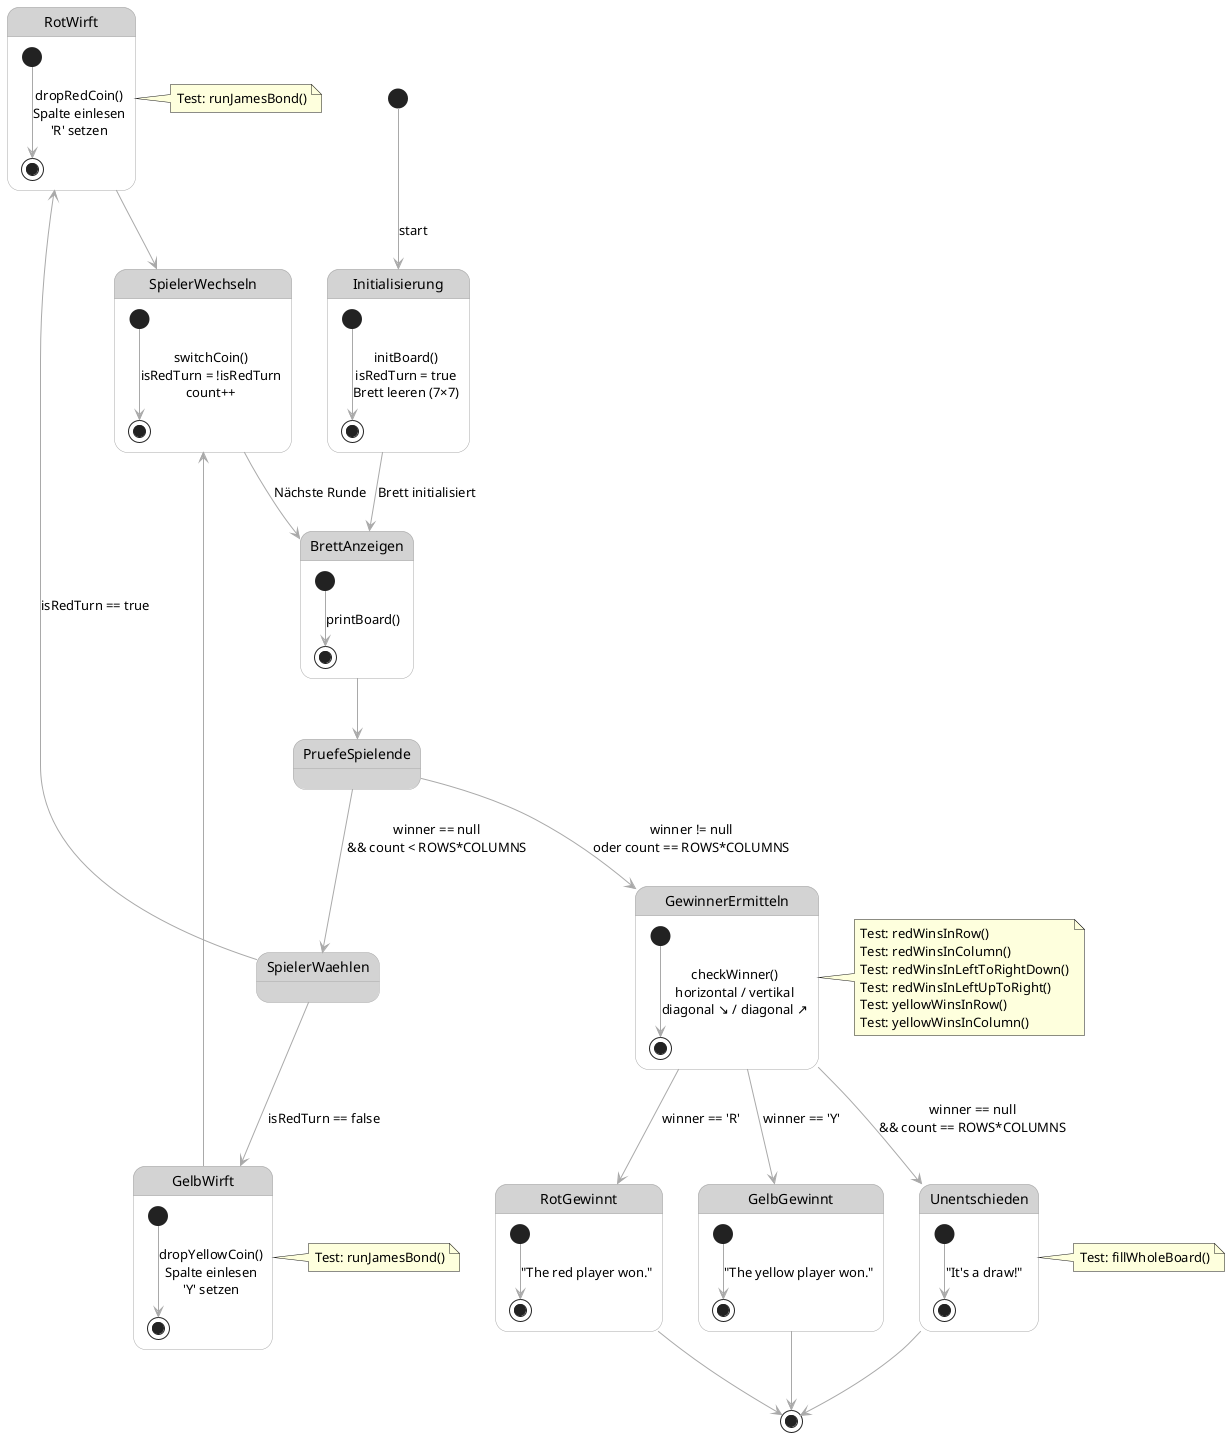
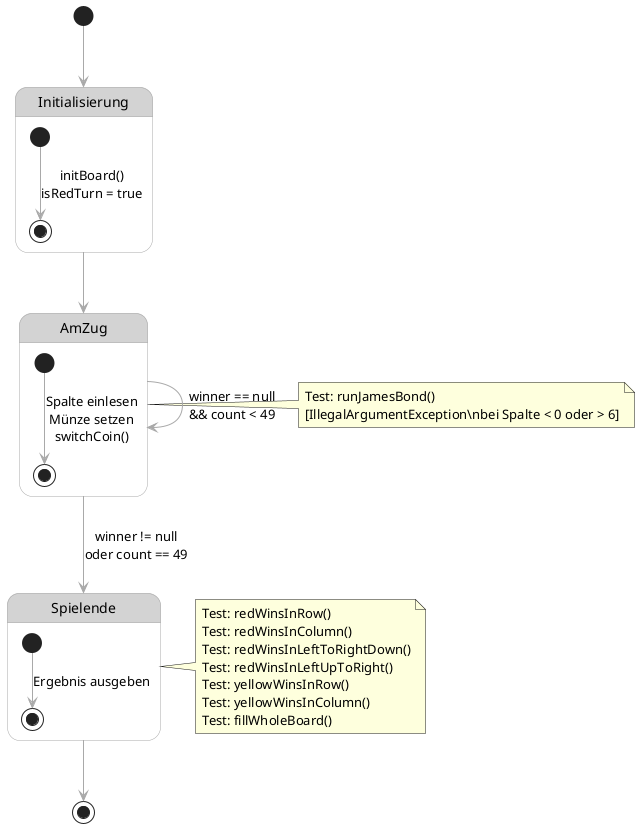
@startuml FourConnect_State_Diagram

skinparam state {
    BackgroundColor LightGray
    BorderColor DarkGray
    FontName Arial
    ArrowColor DarkGray
    StartColor Black
    EndColor Black
}

skinparam backgroundColor White
skinparam shadowing false

- [*] --> Initialisierung : start
+ [*] --> Initialisierung

state Initialisierung {
-     [*] --> [*] : initBoard()\nisRedTurn = true\nBrett leeren (7×7)
+     [*] --> [*] : initBoard()\nisRedTurn = true
}

- Initialisierung --> BrettAnzeigen : Brett initialisiert
+ Initialisierung --> AmZug

- state BrettAnzeigen {
-     [*] --> [*] : printBoard()
+ state AmZug {
+     [*] --> [*] : Spalte einlesen\nMünze setzen\nswitchCoin()
}

- BrettAnzeigen --> PruefeSpielende
+ note right of AmZug
+   Test: runJamesBond()
+   [IllegalArgumentException\nbei Spalte < 0 oder > 6]
+ end note

- state PruefeSpielende <<choice>>
+ AmZug --> AmZug      : winner == null\n&& count < 49

- PruefeSpielende --> SpielerWaehlen    : winner == null\n&& count < ROWS*COLUMNS
- PruefeSpielende --> GewinnerErmitteln : winner != null\noder count == ROWS*COLUMNS
+ AmZug --> Spielende  : winner != null\noder count == 49

- state SpielerWaehlen <<choice>>
- 
- SpielerWaehlen --> RotWirft   : isRedTurn == true
- SpielerWaehlen --> GelbWirft  : isRedTurn == false
- 
- state RotWirft {
-     [*] --> [*] : dropRedCoin()\nSpalte einlesen\n'R' setzen
+ state Spielende {
+     [*] --> [*] : Ergebnis ausgeben
}

- note right of RotWirft
-   Test: runJamesBond()
- end note
- 
- state GelbWirft {
-     [*] --> [*] : dropYellowCoin()\nSpalte einlesen\n'Y' setzen
- }
- 
- note right of GelbWirft
-   Test: runJamesBond()
- end note
- 
- RotWirft  --> SpielerWechseln
- GelbWirft --> SpielerWechseln
- 
- state SpielerWechseln {
-     [*] --> [*] : switchCoin()\nisRedTurn = !isRedTurn\ncount++
- }
- 
- SpielerWechseln --> BrettAnzeigen : Nächste Runde
- 
- state GewinnerErmitteln {
-     [*] --> [*] : checkWinner()\nhorizontal / vertikal\ndiagonal ↘ / diagonal ↗
- }
- 
- note right of GewinnerErmitteln
+ note right of Spielende
  Test: redWinsInRow()
  Test: redWinsInColumn()
  Test: redWinsInLeftToRightDown()
  Test: redWinsInLeftUpToRight()
  Test: yellowWinsInRow()
  Test: yellowWinsInColumn()
- end note
- 
- GewinnerErmitteln --> RotGewinnt    : winner == 'R'
- GewinnerErmitteln --> GelbGewinnt   : winner == 'Y'
- GewinnerErmitteln --> Unentschieden : winner == null\n&& count == ROWS*COLUMNS
- 
- state RotGewinnt {
-     [*] --> [*] : "The red player won."
- }
- 
- state GelbGewinnt {
-     [*] --> [*] : "The yellow player won."
- }
- 
- state Unentschieden {
-     [*] --> [*] : "It's a draw!"
- }
- 
- note right of Unentschieden
  Test: fillWholeBoard()
end note

- RotGewinnt    --> [*]
- GelbGewinnt   --> [*]
- Unentschieden --> [*]
+ Spielende --> [*]

@enduml
